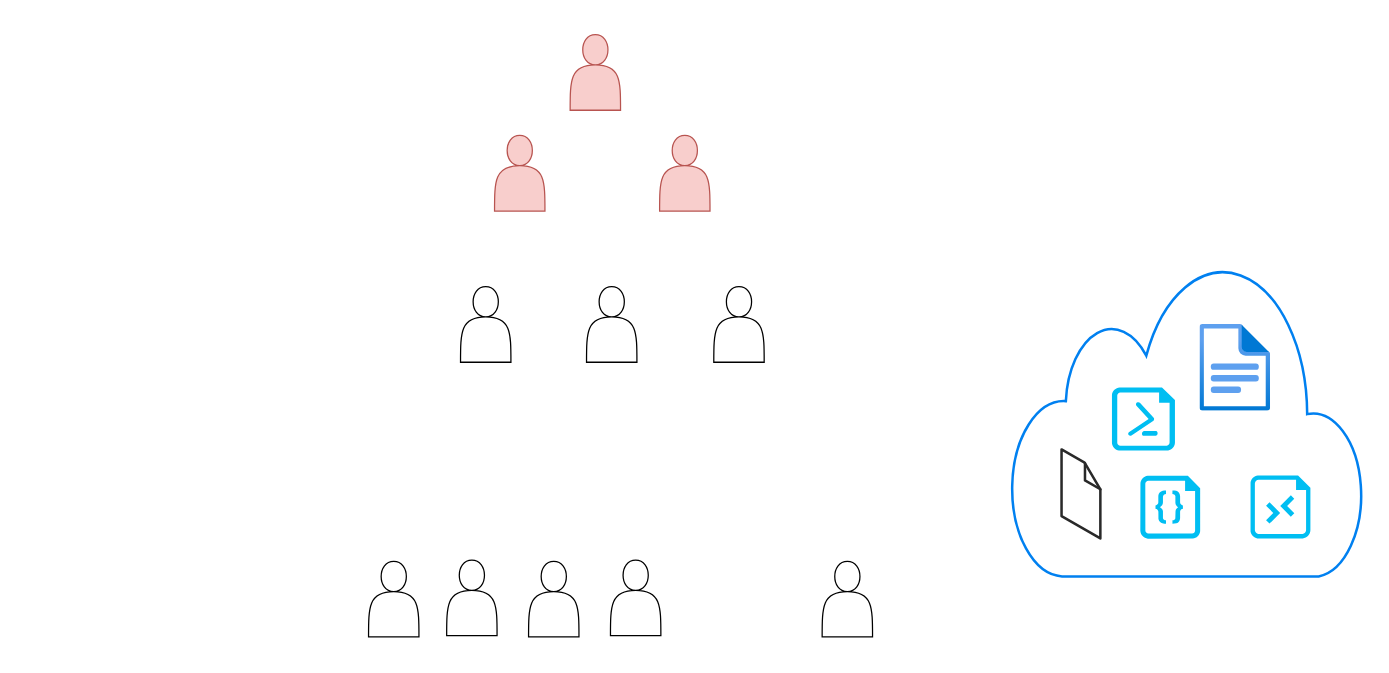
Before: Levelled-ABE.drawio in huyle84/diagrams, a draw.io diagram. Source tidied: cells renumbered, new cells numbered last; positions are measured from the earlier drawing's top-left corner, leaving out a move shared by most shapes. Both pictures are drawn from the tidied source at 126%, with x=0, y=0 at pixel (368, 34).
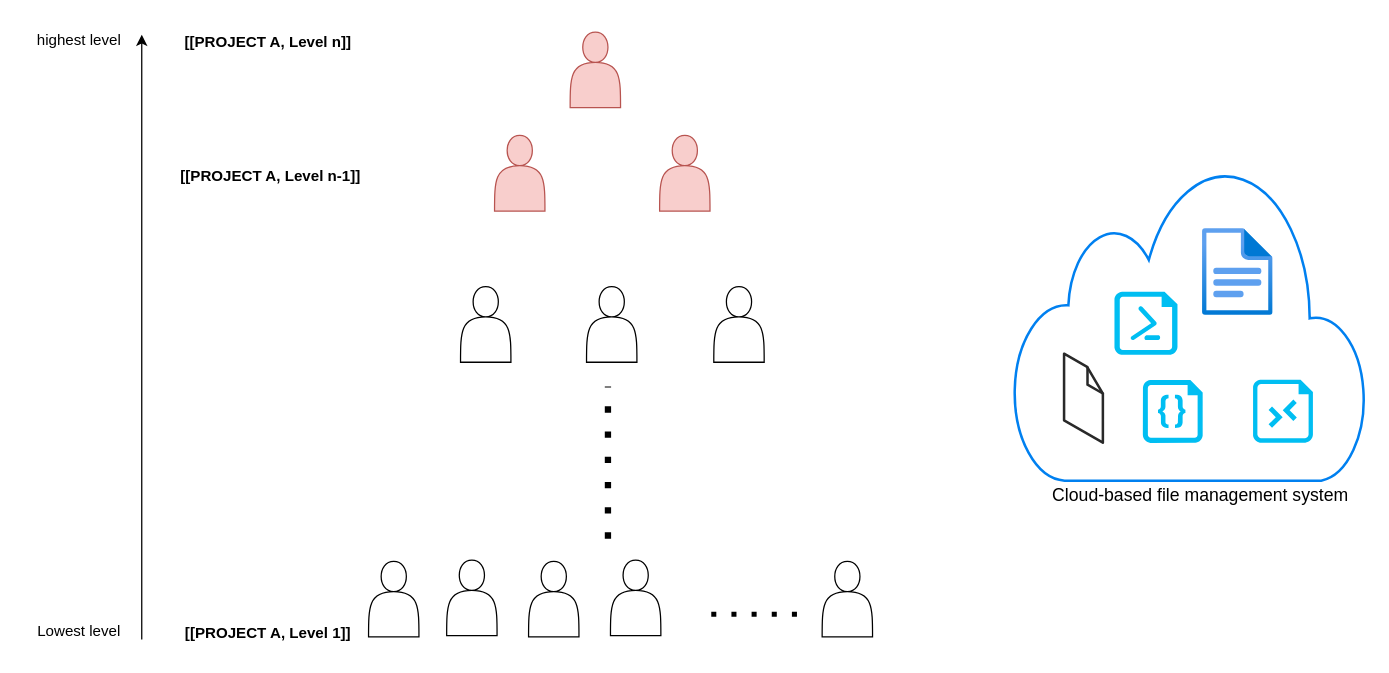
Above is the later version.

What changed in the source:
```diff
@@
     <mxCell id="2" style="shape=actor;whiteSpace=wrap;html=1;fillColor=#f8cecc;strokeColor=#b85450;" parent="1" vertex="1">
-      <mxGeometry x="160" width="40" height="60" as="geometry" />
+      <mxGeometry x="160" y="-2" width="40" height="60" as="geometry" />
     </mxCell>
@@
     <mxCell id="6" style="html=1;verticalLabelPosition=bottom;align=center;labelBackgroundColor=#ffffff;verticalAlign=top;strokeWidth=2;strokeColor=#0080F0;shadow=0;dashed=0;shape=mxgraph.ios7.icons.cloud;" parent="1" vertex="1">
-      <mxGeometry x="510" y="180" width="280" height="250" as="geometry" />
+      <mxGeometry x="512" y="104" width="280" height="250" as="geometry" />
     </mxCell>
     <mxCell id="7" style="verticalLabelPosition=bottom;html=1;verticalAlign=top;strokeWidth=1;align=center;dashed=0;shape=mxgraph.aws3d.file;strokeColor=#292929;" parent="1" vertex="1">
-      <mxGeometry x="550" y="329.2" width="30.8" height="70.6" as="geometry" />
+      <mxGeometry x="552" y="253.2" width="30.8" height="70.6" as="geometry" />
     </mxCell>
     <mxCell id="8" style="verticalLabelPosition=bottom;html=1;verticalAlign=top;align=center;strokeColor=none;fillColor=#00BEF2;shape=mxgraph.azure.code_file;" parent="1" vertex="1">
-      <mxGeometry x="612.5" y="350" width="47.5" height="50" as="geometry" />
+      <mxGeometry x="614.5" y="274" width="47.5" height="50" as="geometry" />
     </mxCell>
     <mxCell id="9" style="verticalLabelPosition=bottom;html=1;verticalAlign=top;align=center;strokeColor=none;fillColor=#00BEF2;shape=mxgraph.azure.powershell_file;" parent="1" vertex="1">
-      <mxGeometry x="590" y="280" width="50" height="50" as="geometry" />
+      <mxGeometry x="592" y="204" width="50" height="50" as="geometry" />
     </mxCell>
     <mxCell id="10" style="image;html=1;align=center;fontSize=12;image=img/lib/azure2/general/File.svg;" parent="1" vertex="1">
-      <mxGeometry x="660" y="230" width="56" height="69" as="geometry" />
+      <mxGeometry x="662" y="154" width="56" height="69" as="geometry" />
     </mxCell>
     <mxCell id="11" style="verticalLabelPosition=bottom;html=1;verticalAlign=top;align=center;strokeColor=none;fillColor=#00BEF2;shape=mxgraph.azure.rdp_remoting_file;" parent="1" vertex="1">
-      <mxGeometry x="700" y="349.8" width="47.5" height="50" as="geometry" />
+      <mxGeometry x="702" y="273.8" width="47.5" height="50" as="geometry" />
     </mxCell>
@@
+    <mxCell id="19" value="[[PROJECT A, Level 1]]" style="text;html=1;align=center;verticalAlign=middle;strokeColor=none;fillColor=none;fontStyle=1;" parent="1" vertex="1">
+      <mxGeometry x="-155" y="460" width="150" height="30" as="geometry" />
+    </mxCell>
+    <mxCell id="20" style="endArrow=classic;html=1;rounded=0;" parent="1" edge="1">
+      <mxGeometry relative="1" as="geometry">
+        <mxPoint x="-180" y="480" as="sourcePoint" />
+        <mxPoint x="-180" as="targetPoint" />
+      </mxGeometry>
+    </mxCell>
+    <mxCell id="21" value="Lowest level" style="text;html=1;align=center;verticalAlign=middle;strokeColor=none;fillColor=none;" parent="1" vertex="1">
+      <mxGeometry x="-275" y="459" width="90" height="30" as="geometry" />
+    </mxCell>
+    <mxCell id="22" value="highest level" style="text;html=1;align=center;verticalAlign=middle;strokeColor=none;fillColor=none;" parent="1" vertex="1">
+      <mxGeometry x="-275" y="-10" width="90" height="30" as="geometry" />
+    </mxCell>
+    <mxCell id="23" value="[[PROJECT A, Level n]]" style="text;html=1;align=center;verticalAlign=middle;strokeColor=none;fillColor=none;fontStyle=1;" parent="1" vertex="1">
+      <mxGeometry x="-155" y="-9" width="150" height="30" as="geometry" />
+    </mxCell>
+    <mxCell id="24" value="[[PROJECT A, Level n-1]]" style="text;html=1;align=center;verticalAlign=middle;strokeColor=none;fillColor=none;fontStyle=1;" parent="1" vertex="1">
+      <mxGeometry x="-158" y="98" width="160" height="30" as="geometry" />
+    </mxCell>
+    <mxCell id="25" style="endArrow=none;dashed=1;html=1;dashPattern=1 3;strokeWidth=5;rounded=0;" parent="1" edge="1">
+      <mxGeometry relative="1" as="geometry">
+        <mxPoint x="190" y="400" as="sourcePoint" />
+        <mxPoint x="190" y="279.2" as="targetPoint" />
+      </mxGeometry>
+    </mxCell>
+    <mxCell id="26" style="endArrow=none;dashed=1;html=1;dashPattern=1 3;strokeWidth=4;rounded=0;" parent="1" edge="1">
+      <mxGeometry relative="1" as="geometry">
+        <mxPoint x="340" y="460" as="sourcePoint" />
+        <mxPoint x="260" y="460" as="targetPoint" />
+      </mxGeometry>
+    </mxCell>
+    <mxCell id="27" value="&lt;font style=&quot;font-size: 14px;&quot;&gt;Cloud-based file management system&lt;/font&gt;&lt;div style=&quot;font-size: 14px;&quot;&gt;&lt;br&gt;&lt;/div&gt;" style="text;html=1;align=center;verticalAlign=middle;strokeColor=none;fillColor=none;" parent="1" vertex="1">
+      <mxGeometry x="530" y="349" width="260" height="50" as="geometry" />
+    </mxCell>
```
